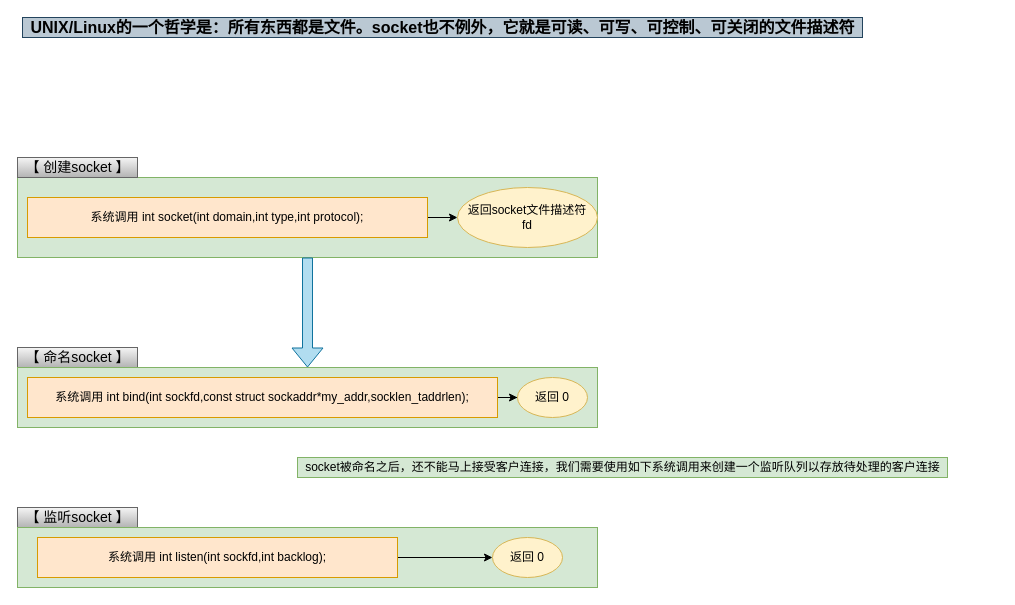
Earlier version of the draw.io diagram linux服务器编程.drawio (zhaoyb-coder/blog). Source tidied: cells renumbered, new cells numbered last; positions are measured from the earlier drawing's top-left corner, leaving out a move shared by most shapes. Both pictures are drawn from the tidied source at 100%, with x=0, y=0 at pixel (17, 17).
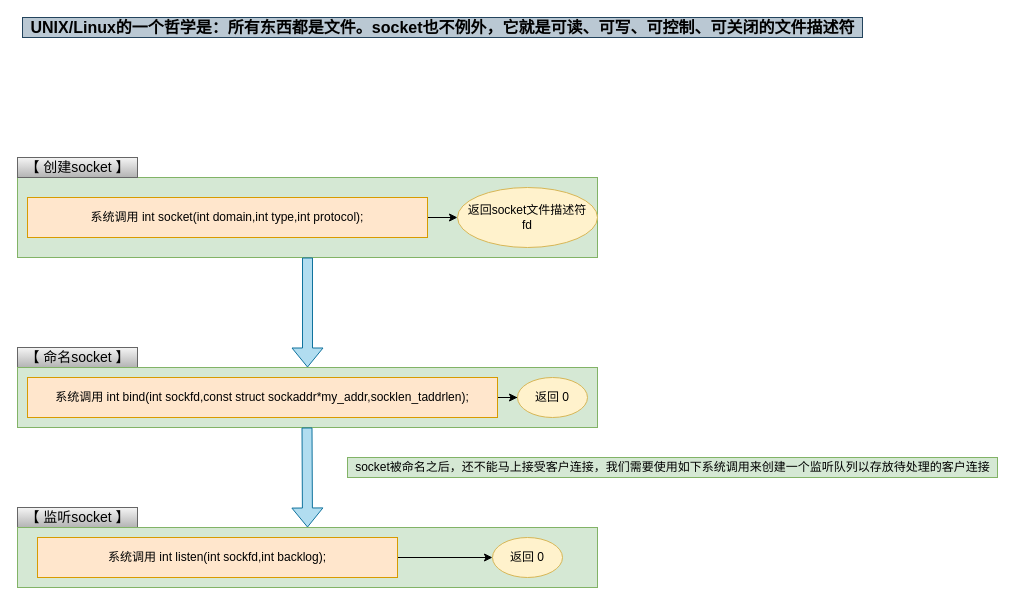
The same diagram, later.

Change to the diagram source:
```diff
@@
     <mxCell id="15" value="socket被命名之后，还不能马上接受客户连接，我们需要使用如下系统调用来创建一个监听队列以存放待处理的客户连接" style="text;html=1;align=center;verticalAlign=middle;fillColor=#d5e8d4;strokeColor=#82b366;" parent="1" vertex="1">
-      <mxGeometry x="280" y="440" width="650" height="20" as="geometry" />
+      <mxGeometry x="330" y="440" width="650" height="20" as="geometry" />
     </mxCell>
@@
+    <mxCell id="20" style="shape=flexArrow;endArrow=classic;html=1;exitX=0.5;exitY=1;exitDx=0;exitDy=0;fillColor=#b1ddf0;strokeColor=#10739e;" parent="1" edge="1">
+      <mxGeometry relative="1" as="geometry">
+        <mxPoint x="289.5" y="410" as="sourcePoint" />
+        <mxPoint x="290" y="510" as="targetPoint" />
+      </mxGeometry>
+    </mxCell>
```
